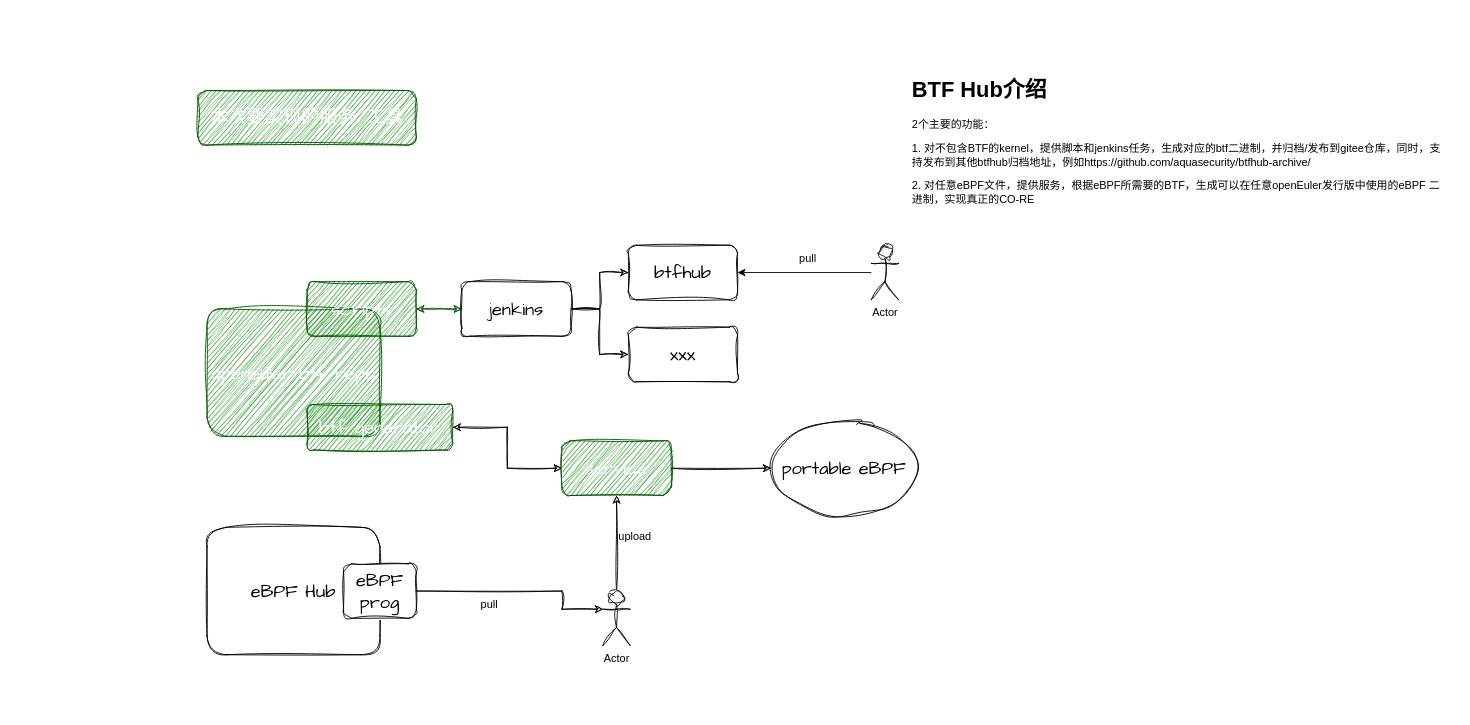
Earlier version of the draw.io diagram BTFHUB.drawio (pkking/mydrawio). Source tidied: cells renumbered, new cells numbered last; positions are measured from the earlier drawing's top-left corner, leaving out a move shared by most shapes. Both pictures are drawn from the tidied source at 91%, with x=0, y=0 at pixel (197, 72).
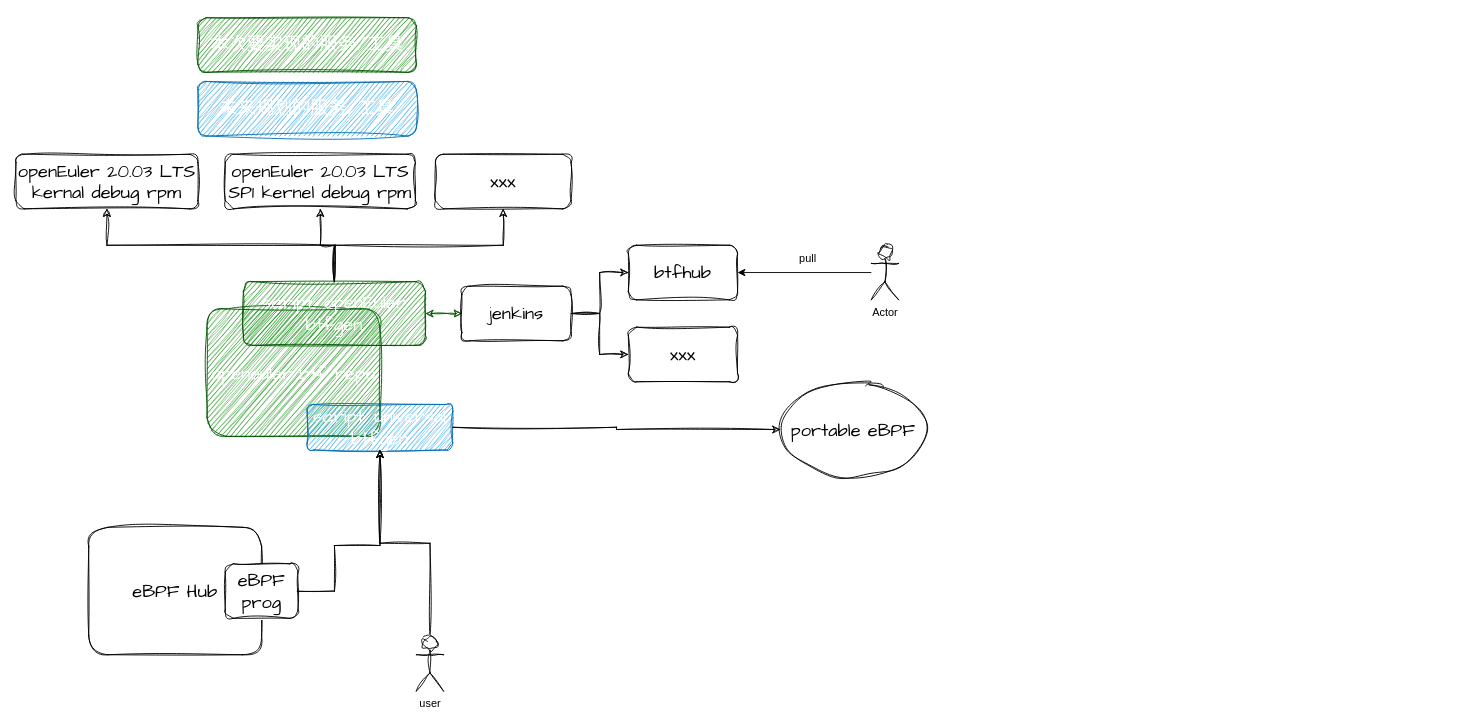
Above is the later version.

Diff of the diagram source:
```diff
@@
-    <mxCell id="3" value="scripts" style="rounded=1;whiteSpace=wrap;html=1;sketch=1;hachureGap=4;jiggle=2;curveFitting=1;fontFamily=Architects Daughter;fontSize=20;fillColor=#008a00;fontColor=#ffffff;strokeColor=#005700;" parent="1" vertex="1">
-      <mxGeometry x="120" y="230" width="120" height="60" as="geometry" />
+    <mxCell id="3" value="script: openEuler btfgen" style="rounded=1;whiteSpace=wrap;html=1;sketch=1;hachureGap=4;jiggle=2;curveFitting=1;fontFamily=Architects Daughter;fontSize=20;fillColor=#008a00;fontColor=#ffffff;strokeColor=#005700;" parent="1" vertex="1">
+      <mxGeometry x="50" y="230" width="200" height="70" as="geometry" />
     </mxCell>
-    <mxCell id="4" style="edgeStyle=orthogonalEdgeStyle;rounded=0;jettySize=auto;html=1;entryX=0;entryY=0.5;entryDx=0;entryDy=0;sketch=1;curveFitting=1;jiggle=2;startArrow=classic;startFill=1;" parent="1" edge="1" source="5" target="13">
-      <mxGeometry relative="1" as="geometry" />
-    </mxCell>
-    <mxCell id="5" value="btf generator" style="rounded=1;whiteSpace=wrap;html=1;sketch=1;hachureGap=4;jiggle=2;curveFitting=1;fontFamily=Architects Daughter;fontSize=20;fillColor=#008a00;fontColor=#ffffff;strokeColor=#005700;" parent="1" vertex="1">
+    <mxCell id="5" value="script: universal btfgen" style="rounded=1;whiteSpace=wrap;html=1;sketch=1;hachureGap=4;jiggle=2;curveFitting=1;fontFamily=Architects Daughter;fontSize=20;fillColor=#1ba1e2;fontColor=#ffffff;strokeColor=#006EAF;" parent="1" vertex="1">
       <mxGeometry x="120" y="365" width="160" height="50" as="geometry" />
     </mxCell>
@@
     <mxCell id="9" value="jenkins" style="rounded=1;whiteSpace=wrap;html=1;sketch=1;hachureGap=4;jiggle=2;curveFitting=1;fontFamily=Architects Daughter;fontSize=20;" parent="1" vertex="1">
-      <mxGeometry x="290" y="230" width="120" height="60" as="geometry" />
+      <mxGeometry x="290" y="235" width="120" height="60" as="geometry" />
     </mxCell>
@@
-    <mxCell id="12" style="edgeStyle=orthogonalEdgeStyle;rounded=0;jettySize=auto;html=1;sketch=1;curveFitting=1;jiggle=2;" parent="1" edge="1" source="13" target="16">
+    <mxCell id="12" style="edgeStyle=orthogonalEdgeStyle;rounded=0;jettySize=auto;html=1;sketch=1;curveFitting=1;jiggle=2;exitX=1;exitY=0.5;exitDx=0;exitDy=0;" parent="1" edge="1" source="5" target="16">
       <mxGeometry relative="1" as="geometry" />
     </mxCell>
-    <mxCell id="13" value="service" style="rounded=1;whiteSpace=wrap;html=1;sketch=1;hachureGap=4;jiggle=2;curveFitting=1;fontFamily=Architects Daughter;fontSize=20;fillColor=#008a00;fontColor=#ffffff;strokeColor=#005700;" parent="1" vertex="1">
-      <mxGeometry x="400" y="405" width="120" height="60" as="geometry" />
-    </mxCell>
-    <mxCell id="14" style="edgeStyle=orthogonalEdgeStyle;rounded=0;jettySize=auto;html=1;entryX=0.5;entryY=1;entryDx=0;entryDy=0;sketch=1;curveFitting=1;jiggle=2;" parent="1" edge="1" source="15" target="13">
+    <mxCell id="14" style="edgeStyle=orthogonalEdgeStyle;rounded=0;jettySize=auto;html=1;entryX=0.5;entryY=1;entryDx=0;entryDy=0;sketch=1;curveFitting=1;jiggle=2;exitX=0.5;exitY=0;exitDx=0;exitDy=0;exitPerimeter=0;" parent="1" edge="1" source="15" target="5">
       <mxGeometry relative="1" as="geometry" />
     </mxCell>
-    <mxCell id="15" value="Actor" style="shape=umlActor;verticalLabelPosition=bottom;verticalAlign=top;html=1;outlineConnect=0;sketch=1;curveFitting=1;jiggle=2;" parent="1" vertex="1">
-      <mxGeometry x="445" y="570" width="30" height="60" as="geometry" />
+    <mxCell id="15" value="user" style="shape=umlActor;verticalLabelPosition=bottom;verticalAlign=top;html=1;outlineConnect=0;sketch=1;curveFitting=1;jiggle=2;" parent="1" vertex="1">
+      <mxGeometry x="240" y="620" width="30" height="60" as="geometry" />
     </mxCell>
     <mxCell id="16" value="portable eBPF" style="ellipse;whiteSpace=wrap;html=1;fontSize=20;fontFamily=Architects Daughter;rounded=1;sketch=1;hachureGap=4;jiggle=2;curveFitting=1;" parent="1" vertex="1">
-      <mxGeometry x="630" y="382.5" width="160" height="105" as="geometry" />
+      <mxGeometry x="640" y="340" width="160" height="105" as="geometry" />
     </mxCell>
-    <mxCell id="17" style="edgeStyle=orthogonalEdgeStyle;rounded=0;jettySize=auto;html=1;entryX=0;entryY=0.3333333333333333;entryDx=0;entryDy=0;startArrow=none;entryPerimeter=0;sketch=1;curveFitting=1;jiggle=2;" parent="1" edge="1" source="19" target="15">
+    <mxCell id="17" style="edgeStyle=orthogonalEdgeStyle;rounded=0;jettySize=auto;html=1;entryX=0.5;entryY=1;entryDx=0;entryDy=0;startArrow=none;sketch=1;curveFitting=1;jiggle=2;" parent="1" edge="1" target="5">
       <mxGeometry relative="1" as="geometry">
+        <mxPoint x="89" y="570" as="sourcePoint" />
         <Array as="points">
-          <mxPoint x="400" y="570" />
-          <mxPoint x="400" y="590" />
+          <mxPoint x="150" y="570" />
+          <mxPoint x="150" y="520" />
+          <mxPoint x="200" y="520" />
         </Array>
       </mxGeometry>
     </mxCell>
     <mxCell id="18" value="eBPF Hub" style="rounded=1;whiteSpace=wrap;html=1;sketch=1;hachureGap=4;jiggle=2;curveFitting=1;fontFamily=Architects Daughter;fontSize=20;" parent="1" vertex="1">
-      <mxGeometry x="10" y="500" width="190" height="140" as="geometry" />
+      <mxGeometry x="-120" y="500" width="190" height="140" as="geometry" />
     </mxCell>
     <mxCell id="19" value="eBPF prog" style="rounded=1;whiteSpace=wrap;html=1;sketch=1;hachureGap=4;jiggle=2;curveFitting=1;fontFamily=Architects Daughter;fontSize=20;" parent="1" vertex="1">
-      <mxGeometry x="160" y="540" width="80" height="60" as="geometry" />
+      <mxGeometry x="30" y="540" width="80" height="60" as="geometry" />
     </mxCell>
-    <mxCell id="20" value="upload" style="text;html=1;align=center;verticalAlign=middle;strokeColor=none;fillColor=none;sketch=1;curveFitting=1;jiggle=2;rounded=1;" parent="1" vertex="1">
-      <mxGeometry x="450" y="495" width="60" height="30" as="geometry" />
-    </mxCell>
-    <mxCell id="21" value="pull" style="text;html=1;align=center;verticalAlign=middle;strokeColor=none;fillColor=none;sketch=1;curveFitting=1;jiggle=2;rounded=1;" parent="1" vertex="1">
-      <mxGeometry x="300" y="570" width="40" height="30" as="geometry" />
-    </mxCell>
-    <mxCell id="22" value="&lt;h1&gt;BTF Hub介绍&lt;br&gt;&lt;/h1&gt;&lt;p&gt;2个主要的功能：&lt;/p&gt;&lt;p&gt;1. 对不包含BTF的kernel，提供脚本和jenkins任务，生成对应的btf二进制，并归档/发布到gitee仓库，同时，支持发布到其他btfhub归档地址，例如https://github.com/aquasecurity/btfhub-archive/&lt;/p&gt;&lt;p&gt;2. 对任意eBPF文件，提供服务，根据eBPF所需要的BTF，生成可以在任意openEuler发行版中使用的eBPF 二进制，实现真正的CO-RE&lt;br&gt;&lt;/p&gt;" style="text;html=1;strokeColor=none;fillColor=none;spacing=5;spacingTop=-20;whiteSpace=wrap;overflow=hidden;rounded=0;" parent="1" vertex="1">
-      <mxGeometry x="780" width="600" height="180" as="geometry" />
-    </mxCell>
@@
     <mxCell id="26" value="&lt;pre&gt;本次要实现的服务/工具&lt;/pre&gt;" style="rounded=1;whiteSpace=wrap;html=1;hachureGap=4;fontFamily=Architects Daughter;fontSize=20;fillColor=#008a00;fontColor=#ffffff;strokeColor=#005700;shadow=0;sketch=1;curveFitting=1;jiggle=2;" parent="1" vertex="1">
-      <mxGeometry y="20" width="240" height="60" as="geometry" />
+      <mxGeometry y="-60" width="240" height="60" as="geometry" />
     </mxCell>
+    <mxCell id="27" style="edgeStyle=orthogonalEdgeStyle;rounded=0;sketch=1;hachureGap=4;jiggle=2;curveFitting=1;jettySize=auto;html=1;entryX=0.5;entryY=0;entryDx=0;entryDy=0;fontFamily=Architects Daughter;fontSize=16;endArrow=none;endFill=0;startArrow=classic;startFill=1;" parent="1" edge="1" source="28" target="3">
+      <mxGeometry relative="1" as="geometry">
+        <Array as="points">
+          <mxPoint x="-100" y="190" />
+          <mxPoint x="150" y="190" />
+        </Array>
+      </mxGeometry>
+    </mxCell>
+    <mxCell id="28" value="openEuler 20.03 LTS kernal debug rpm" style="rounded=1;whiteSpace=wrap;html=1;sketch=1;hachureGap=4;jiggle=2;curveFitting=1;fontFamily=Architects Daughter;fontSize=20;" parent="1" vertex="1">
+      <mxGeometry x="-200" y="90" width="200" height="60" as="geometry" />
+    </mxCell>
+    <mxCell id="29" style="edgeStyle=orthogonalEdgeStyle;rounded=0;sketch=1;hachureGap=4;jiggle=2;curveFitting=1;jettySize=auto;html=1;fontFamily=Architects Daughter;fontSize=16;startArrow=classic;startFill=1;endArrow=none;endFill=0;" parent="1" edge="1" source="30">
+      <mxGeometry relative="1" as="geometry">
+        <mxPoint x="150" y="230" as="targetPoint" />
+      </mxGeometry>
+    </mxCell>
+    <mxCell id="30" value="openEuler 20.03 LTS SP1 kernel debug rpm" style="rounded=1;whiteSpace=wrap;html=1;sketch=1;hachureGap=4;jiggle=2;curveFitting=1;fontFamily=Architects Daughter;fontSize=20;" parent="1" vertex="1">
+      <mxGeometry x="30" y="90" width="209" height="60" as="geometry" />
+    </mxCell>
+    <mxCell id="31" style="edgeStyle=orthogonalEdgeStyle;rounded=0;sketch=1;hachureGap=4;jiggle=2;curveFitting=1;jettySize=auto;html=1;fontFamily=Architects Daughter;fontSize=16;startArrow=classic;startFill=1;endArrow=none;endFill=0;" parent="1" edge="1" source="32">
+      <mxGeometry relative="1" as="geometry">
+        <mxPoint x="150" y="230" as="targetPoint" />
+        <Array as="points">
+          <mxPoint x="336" y="190" />
+          <mxPoint x="151" y="190" />
+        </Array>
+      </mxGeometry>
+    </mxCell>
+    <mxCell id="32" value="xxx" style="rounded=1;whiteSpace=wrap;html=1;sketch=1;hachureGap=4;jiggle=2;curveFitting=1;fontFamily=Architects Daughter;fontSize=20;" parent="1" vertex="1">
+      <mxGeometry x="261" y="90" width="149" height="60" as="geometry" />
+    </mxCell>
+    <mxCell id="33" value="&lt;pre&gt;未来规划的服务/工具&lt;/pre&gt;" style="rounded=1;whiteSpace=wrap;html=1;hachureGap=4;fontFamily=Architects Daughter;fontSize=20;fillColor=#1ba1e2;fontColor=#ffffff;strokeColor=#006EAF;shadow=0;sketch=1;curveFitting=1;jiggle=2;" parent="1" vertex="1">
+      <mxGeometry y="10" width="240" height="60" as="geometry" />
+    </mxCell>
```
